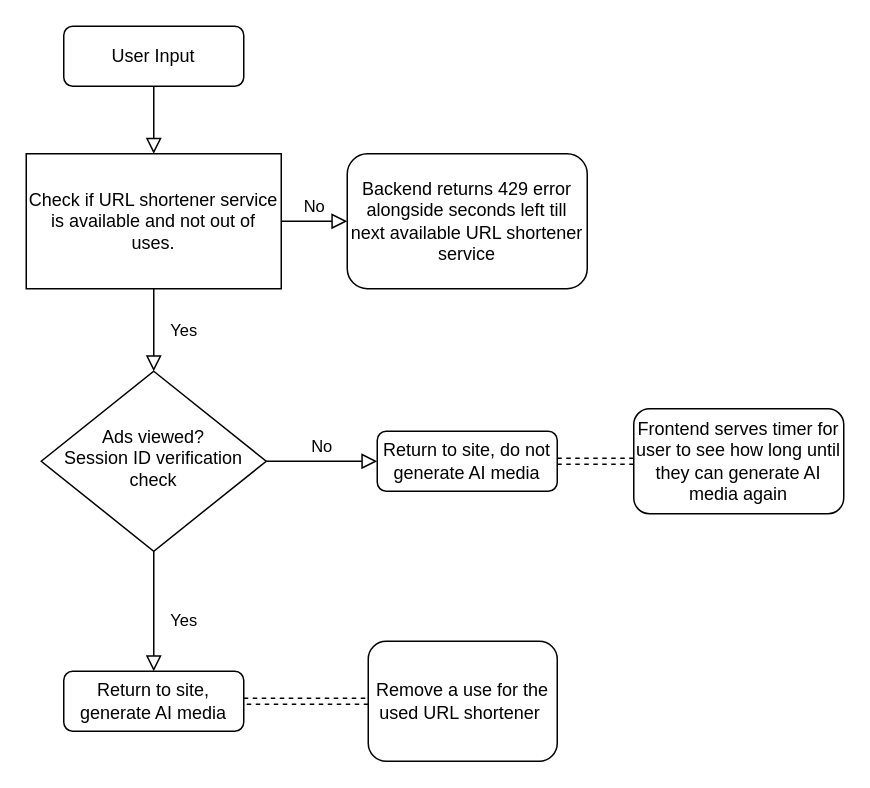
Above: Untitled Diagram.drawio in ChristianS2001/Charts (draw.io), before the change. Source tidied: cells renumbered, new cells numbered last; positions are measured from the earlier drawing's top-left corner, leaving out a move shared by most shapes. Both pictures are drawn from the tidied source at 150%, with x=0, y=0 at pixel (26, 26).
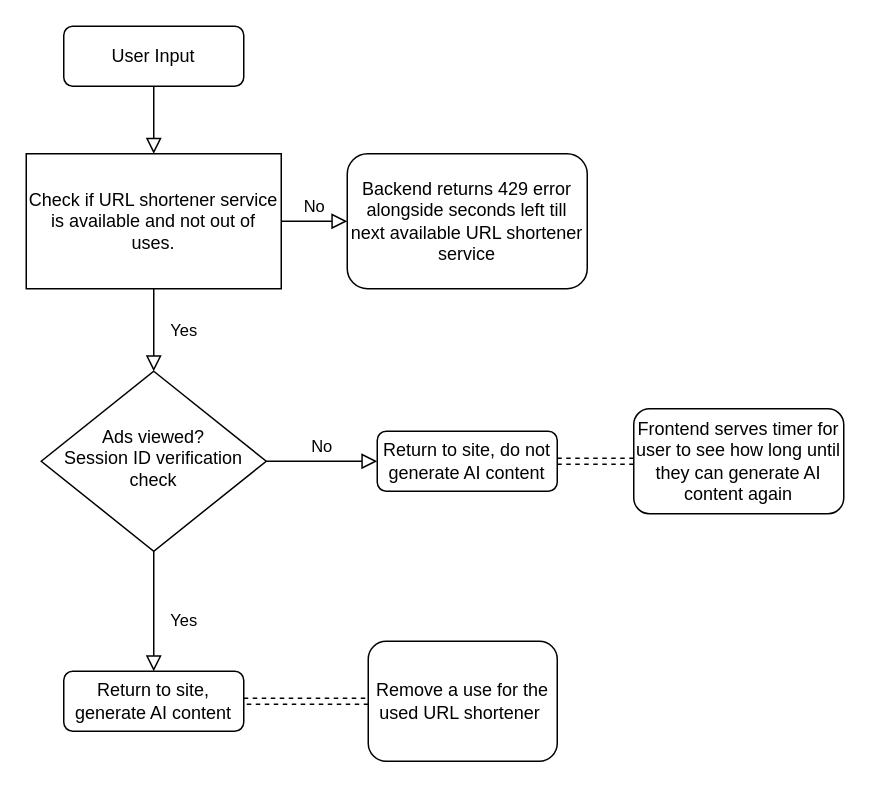
The same page after the edit.

Change to the diagram source:
```diff
@@
 <mxGraphModel>
   <root>
     <mxCell id="0" />
     <mxCell id="1" parent="0" />
     <mxCell id="2" style="rounded=0;html=1;jettySize=auto;fontSize=11;endArrow=block;endFill=0;endSize=8;strokeWidth=1;shadow=0;labelBackgroundColor=none;edgeStyle=orthogonalEdgeStyle;entryX=0.5;entryY=0;entryDx=0;entryDy=0;" parent="1" edge="1" source="3" target="14">
       <mxGeometry relative="1" as="geometry" />
     </mxCell>
     <mxCell id="3" value="User Input" style="rounded=1;whiteSpace=wrap;html=1;fontSize=12;glass=0;strokeWidth=1;shadow=0;" parent="1" vertex="1">
       <mxGeometry x="25" width="120" height="40" as="geometry" />
     </mxCell>
     <mxCell id="4" value="Yes" style="rounded=0;html=1;jettySize=auto;fontSize=11;endArrow=block;endFill=0;endSize=8;strokeWidth=1;shadow=0;labelBackgroundColor=none;edgeStyle=orthogonalEdgeStyle;exitX=0.5;exitY=1;exitDx=0;exitDy=0;" parent="1" edge="1" source="14" target="9">
       <mxGeometry y="20" relative="1" as="geometry" />
     </mxCell>
     <mxCell id="5" value="No" style="edgeStyle=orthogonalEdgeStyle;rounded=0;html=1;jettySize=auto;fontSize=11;endArrow=block;endFill=0;endSize=8;strokeWidth=1;shadow=0;labelBackgroundColor=none;exitX=1;exitY=0.5;exitDx=0;exitDy=0;" parent="1" edge="1" source="14" target="6">
       <mxGeometry y="10" relative="1" as="geometry" />
     </mxCell>
     <mxCell id="6" value="Backend returns 429 error alongside seconds left till next available URL shortener service" style="rounded=1;whiteSpace=wrap;html=1;fontSize=12;glass=0;strokeWidth=1;shadow=0;" parent="1" vertex="1">
       <mxGeometry x="214" y="85" width="160" height="90" as="geometry" />
     </mxCell>
     <mxCell id="7" value="Yes&lt;div&gt;&lt;br&gt;&lt;/div&gt;" style="rounded=0;html=1;jettySize=auto;fontSize=11;endArrow=block;endFill=0;endSize=8;strokeWidth=1;shadow=0;labelBackgroundColor=none;edgeStyle=orthogonalEdgeStyle;" parent="1" edge="1" source="9" target="11">
       <mxGeometry x="0.33" y="20" relative="1" as="geometry" />
     </mxCell>
     <mxCell id="8" value="No" style="edgeStyle=orthogonalEdgeStyle;rounded=0;html=1;jettySize=auto;fontSize=11;endArrow=block;endFill=0;endSize=8;strokeWidth=1;shadow=0;labelBackgroundColor=none;" parent="1" edge="1" source="9" target="13">
       <mxGeometry y="10" relative="1" as="geometry" />
     </mxCell>
     <mxCell id="9" value="Ads viewed?&lt;div&gt;Session ID verification check&lt;/div&gt;" style="rhombus;whiteSpace=wrap;html=1;shadow=0;fontFamily=Helvetica;fontSize=12;align=center;strokeWidth=1;spacing=6;spacingTop=-4;" parent="1" vertex="1">
       <mxGeometry x="10" y="230" width="150" height="120" as="geometry" />
     </mxCell>
     <mxCell id="10" style="edgeStyle=orthogonalEdgeStyle;rounded=0;jettySize=auto;html=1;shape=link;dashed=1;" parent="1" edge="1" source="11" target="15">
       <mxGeometry relative="1" as="geometry" />
     </mxCell>
-    <mxCell id="11" value="Return to site, generate AI media" style="rounded=1;whiteSpace=wrap;html=1;fontSize=12;glass=0;strokeWidth=1;shadow=0;" parent="1" vertex="1">
+    <mxCell id="11" value="Return to site, generate AI content" style="rounded=1;whiteSpace=wrap;html=1;fontSize=12;glass=0;strokeWidth=1;shadow=0;" parent="1" vertex="1">
       <mxGeometry x="25" y="430" width="120" height="40" as="geometry" />
     </mxCell>
     <mxCell id="12" style="edgeStyle=orthogonalEdgeStyle;rounded=0;jettySize=auto;html=1;shape=link;dashed=1;" parent="1" edge="1" source="13" target="16">
       <mxGeometry relative="1" as="geometry" />
     </mxCell>
-    <mxCell id="13" value="Return to site, do not generate AI media" style="rounded=1;whiteSpace=wrap;html=1;fontSize=12;glass=0;strokeWidth=1;shadow=0;" parent="1" vertex="1">
+    <mxCell id="13" value="Return to site, do not generate AI content" style="rounded=1;whiteSpace=wrap;html=1;fontSize=12;glass=0;strokeWidth=1;shadow=0;" parent="1" vertex="1">
       <mxGeometry x="234" y="270" width="120" height="40" as="geometry" />
     </mxCell>
     <mxCell id="14" value="Check if URL shortener service is available and not out of uses." style="rounded=0;whiteSpace=wrap;html=1;" parent="1" vertex="1">
       <mxGeometry y="85" width="170" height="90" as="geometry" />
     </mxCell>
     <mxCell id="15" value="Remove a use for the used URL shortener&amp;nbsp;" style="rounded=1;whiteSpace=wrap;html=1;" parent="1" vertex="1">
       <mxGeometry x="228" y="410" width="126" height="80" as="geometry" />
     </mxCell>
-    <mxCell id="16" value="Frontend serves timer for user to see how long until they can generate AI media again" style="rounded=1;whiteSpace=wrap;html=1;" parent="1" vertex="1">
+    <mxCell id="16" value="Frontend serves timer for user to see how long until they can generate AI content again" style="rounded=1;whiteSpace=wrap;html=1;" parent="1" vertex="1">
       <mxGeometry x="405" y="255" width="140" height="70" as="geometry" />
     </mxCell>
   </root>
 </mxGraphModel>
```
